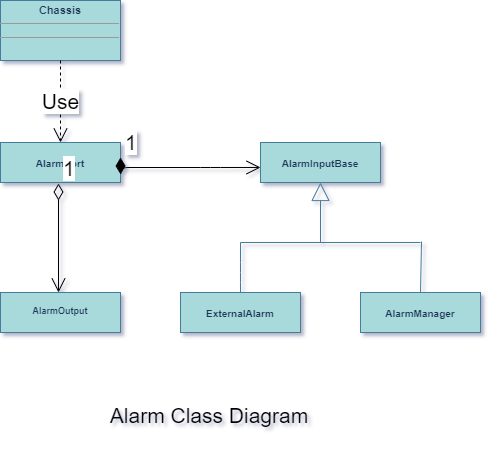
Before: UML/AlarmManager.png, a diagram exported from draw.io (Steve888888/FN-Redundancy). Source tidied: cells renumbered, new cells last; positions are measured from the earlier drawing's top-left corner, leaving out a move shared by most shapes.
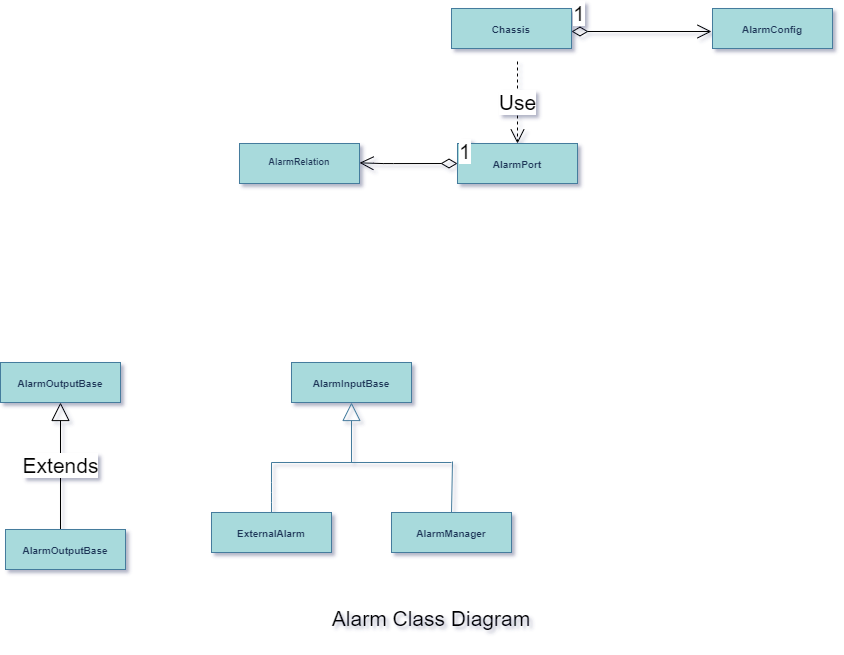
The same file after the commit.

The edit, as a diff of the source:
```diff
@@ -3,39 +3,39 @@
     <mxCell id="0" />
     <mxCell id="1" parent="0" />
     <mxCell id="2" value="&lt;p style=&quot;margin: 4px 0px 0px ; text-align: center ; font-size: 10px&quot;&gt;&lt;br&gt;&lt;b&gt;AlarmManager&lt;/b&gt;&lt;/p&gt;" style="verticalAlign=top;align=left;overflow=fill;fontSize=12;fontFamily=Helvetica;html=1;fillColor=#A8DADC;strokeColor=#457B9D;fontColor=#1D3557;" parent="1" vertex="1">
-      <mxGeometry x="360" y="292" width="120" height="40" as="geometry" />
+      <mxGeometry x="-66" y="511" width="120" height="40" as="geometry" />
     </mxCell>
     <mxCell id="3" value="&lt;p style=&quot;margin: 4px 0px 0px ; text-align: center ; font-size: 10px&quot;&gt;&lt;br&gt;&lt;b&gt;AlarmInputBase&lt;/b&gt;&lt;/p&gt;" style="verticalAlign=top;align=left;overflow=fill;fontSize=12;fontFamily=Helvetica;html=1;fillColor=#A8DADC;strokeColor=#457B9D;fontColor=#1D3557;" parent="1" vertex="1">
-      <mxGeometry x="260" y="142" width="120" height="40" as="geometry" />
+      <mxGeometry x="-166" y="361" width="120" height="40" as="geometry" />
     </mxCell>
     <mxCell id="4" value="&lt;p style=&quot;margin: 4px 0px 0px ; text-align: center ; font-size: 10px&quot;&gt;&lt;b&gt;&lt;br&gt;ExternalAlarm&lt;/b&gt;&lt;/p&gt;" style="verticalAlign=top;align=left;overflow=fill;fontSize=12;fontFamily=Helvetica;html=1;fillColor=#A8DADC;strokeColor=#457B9D;fontColor=#1D3557;" parent="1" vertex="1">
-      <mxGeometry x="180" y="292" width="120" height="40" as="geometry" />
+      <mxGeometry x="-246" y="511" width="120" height="40" as="geometry" />
     </mxCell>
     <mxCell id="5" style="endArrow=block;endSize=16;endFill=0;html=1;strokeColor=#457B9D;fontColor=#1D3557;labelBackgroundColor=#F1FAEE;" parent="1" edge="1">
       <mxGeometry x="1" y="10" relative="1" as="geometry">
-        <mxPoint x="320" y="242" as="sourcePoint" />
-        <mxPoint x="320" y="182" as="targetPoint" />
+        <mxPoint x="-106" y="461" as="sourcePoint" />
+        <mxPoint x="-106" y="401" as="targetPoint" />
       </mxGeometry>
     </mxCell>
     <mxCell id="6" style="endArrow=none;html=1;strokeColor=#457B9D;fontColor=#1D3557;labelBackgroundColor=#F1FAEE;" parent="1" edge="1">
       <mxGeometry relative="1" as="geometry">
-        <mxPoint x="240" y="242" as="sourcePoint" />
-        <mxPoint x="420" y="242" as="targetPoint" />
+        <mxPoint x="-186" y="461" as="sourcePoint" />
+        <mxPoint x="-6" y="461" as="targetPoint" />
       </mxGeometry>
     </mxCell>
     <mxCell id="7" style="endArrow=none;html=1;strokeColor=#457B9D;fontColor=#1D3557;labelBackgroundColor=#F1FAEE;" parent="1" edge="1">
       <mxGeometry relative="1" as="geometry">
-        <mxPoint x="240" y="292" as="sourcePoint" />
-        <mxPoint x="240" y="242" as="targetPoint" />
+        <mxPoint x="-186" y="511" as="sourcePoint" />
+        <mxPoint x="-186" y="461" as="targetPoint" />
         <Array as="points">
-          <mxPoint x="240" y="272" />
+          <mxPoint x="-186" y="491" />
         </Array>
       </mxGeometry>
     </mxCell>
     <mxCell id="8" style="endArrow=none;html=1;strokeColor=#457B9D;fontColor=#1D3557;labelBackgroundColor=#F1FAEE;" parent="1" edge="1">
       <mxGeometry relative="1" as="geometry">
-        <mxPoint x="420" y="292" as="sourcePoint" />
-        <mxPoint x="421" y="241" as="targetPoint" />
+        <mxPoint x="-6" y="511" as="sourcePoint" />
+        <mxPoint x="-5" y="460" as="targetPoint" />
       </mxGeometry>
     </mxCell>
     <mxCell id="9" style="edgeStyle=none;orthogonalLoop=1;jettySize=auto;html=0;exitX=0.5;exitY=0;exitDx=0;exitDy=0;endArrow=block;endFill=0;endSize=16;strokeColor=#457B9D;fontColor=#1D3557;labelBackgroundColor=#F1FAEE;" parent="1" edge="1" source="4" target="4">
@@ -50,38 +50,50 @@
     <mxCell id="12" style="edgeStyle=none;orthogonalLoop=1;jettySize=auto;html=0;exitX=0.25;exitY=0;exitDx=0;exitDy=0;endArrow=block;endFill=0;endSize=16;fontSize=9;strokeColor=#457B9D;fontColor=#1D3557;labelBackgroundColor=#F1FAEE;" parent="1" edge="1" source="2" target="2">
       <mxGeometry relative="1" as="geometry" />
     </mxCell>
-    <mxCell id="13" value="&lt;p style=&quot;margin: 4px 0px 0px ; text-align: center ; font-size: 9px&quot;&gt;&lt;br&gt;&lt;b&gt;AlarmOutput&lt;/b&gt;&lt;br&gt;&lt;/p&gt;" style="verticalAlign=top;align=left;overflow=fill;fontSize=12;fontFamily=Helvetica;html=1;fillColor=#A8DADC;strokeColor=#457B9D;fontColor=#1D3557;" parent="1" vertex="1">
-      <mxGeometry y="292" width="120" height="40" as="geometry" />
+    <mxCell id="13" value="&lt;p style=&quot;margin: 4px 0px 0px ; text-align: center ; font-size: 9px&quot;&gt;&lt;br&gt;&lt;b&gt;AlarmRelation&lt;/b&gt;&lt;br&gt;&lt;/p&gt;" style="verticalAlign=top;align=left;overflow=fill;fontSize=12;fontFamily=Helvetica;html=1;fillColor=#A8DADC;strokeColor=#457B9D;fontColor=#1D3557;" parent="1" vertex="1">
+      <mxGeometry x="-218" y="142" width="120" height="40" as="geometry" />
     </mxCell>
-    <mxCell id="14" value="&lt;p style=&quot;margin: 4px 0px 0px ; text-align: center ; font-size: 11px&quot;&gt;&lt;b&gt;&lt;font style=&quot;font-size: 11px&quot;&gt;Chassis&lt;/font&gt;&lt;/b&gt;&lt;/p&gt;&lt;hr size=&quot;1&quot; style=&quot;font-size: 11px&quot;&gt;&lt;div style=&quot;height: 2px ; font-size: 11px&quot;&gt;&lt;/div&gt;&lt;hr size=&quot;1&quot; style=&quot;font-size: 11px&quot;&gt;&lt;div style=&quot;height: 2px ; font-size: 11px&quot;&gt;&lt;/div&gt;" style="verticalAlign=top;align=left;overflow=fill;fontSize=12;fontFamily=Helvetica;html=1;fillColor=#A8DADC;strokeColor=#457B9D;fontColor=#1D3557;" parent="1" vertex="1">
-      <mxGeometry width="120" height="60" as="geometry" />
-    </mxCell>
     <mxCell id="15" value="&lt;p style=&quot;margin: 4px 0px 0px ; text-align: center ; font-size: 10px&quot;&gt;&lt;br&gt;&lt;b&gt;AlarmPort&lt;/b&gt;&lt;/p&gt;" style="verticalAlign=top;align=left;overflow=fill;fontSize=12;fontFamily=Helvetica;html=1;fillColor=#A8DADC;strokeColor=#457B9D;fontColor=#1D3557;" parent="1" vertex="1">
       <mxGeometry y="142" width="120" height="40" as="geometry" />
     </mxCell>
     <mxCell id="16" value="Alarm Class Diagram" style="text;html=1;strokeColor=none;fillColor=none;align=center;verticalAlign=middle;whiteSpace=wrap;rounded=0;fontSize=21;" parent="1" vertex="1">
-      <mxGeometry x="108" y="390" width="202" height="50" as="geometry" />
+      <mxGeometry x="-127" y="592" width="202" height="50" as="geometry" />
     </mxCell>
     <mxCell id="17" value="Use" style="endArrow=open;endSize=12;dashed=1;html=1;fontSize=21;" parent="1" edge="1" target="15">
       <mxGeometry relative="1" as="geometry">
         <mxPoint x="60" y="60" as="sourcePoint" />
       </mxGeometry>
     </mxCell>
+    <mxCell id="19" value="1" style="endArrow=open;html=1;endSize=12;startArrow=diamondThin;startSize=14;startFill=0;edgeStyle=orthogonalEdgeStyle;align=left;verticalAlign=bottom;fontSize=21;exitX=0;exitY=0.5;exitDx=0;exitDy=0;" parent="1" edge="1" source="15">
+      <mxGeometry x="-1" y="3" relative="1" as="geometry">
+        <mxPoint x="-98" y="161.3" as="targetPoint" />
+        <Array as="points">
+          <mxPoint x="-74" y="162" />
+        </Array>
+      </mxGeometry>
+    </mxCell>
+    <mxCell id="20" value="&lt;p style=&quot;margin: 4px 0px 0px ; text-align: center ; font-size: 10px&quot;&gt;&lt;br&gt;&lt;b&gt;AlarmConfig&lt;/b&gt;&lt;/p&gt;" style="verticalAlign=top;align=left;overflow=fill;fontSize=12;fontFamily=Helvetica;html=1;fillColor=#A8DADC;strokeColor=#457B9D;fontColor=#1D3557;" parent="1" vertex="1">
+      <mxGeometry x="255" y="7" width="120" height="40" as="geometry" />
+    </mxCell>
-    <mxCell id="18" value="1" style="endArrow=open;html=1;endSize=12;startArrow=diamondThin;startSize=14;startFill=1;edgeStyle=orthogonalEdgeStyle;align=left;verticalAlign=bottom;fontSize=21;" parent="1" edge="1">
+    <mxCell id="18" value="1" style="endArrow=open;html=1;endSize=12;startArrow=diamondThin;startSize=14;startFill=0;edgeStyle=orthogonalEdgeStyle;align=left;verticalAlign=bottom;fontSize=21;" parent="1" edge="1">
       <mxGeometry x="-1" y="3" relative="1" as="geometry">
-        <mxPoint x="120" y="157" as="sourcePoint" />
-        <mxPoint x="260" y="167" as="targetPoint" />
-        <Array as="points">
-          <mxPoint x="210" y="167" />
-          <mxPoint x="210" y="167" />
-        </Array>
+        <mxPoint x="114" y="30" as="sourcePoint" />
+        <mxPoint x="254" y="30" as="targetPoint" />
       </mxGeometry>
     </mxCell>
-    <mxCell id="19" value="1" style="endArrow=open;html=1;endSize=12;startArrow=diamondThin;startSize=14;startFill=0;edgeStyle=orthogonalEdgeStyle;align=left;verticalAlign=bottom;fontSize=21;" parent="1" edge="1">
-      <mxGeometry x="-1" y="3" relative="1" as="geometry">
-        <mxPoint x="58" y="183" as="sourcePoint" />
-        <mxPoint x="58" y="292" as="targetPoint" />
-      </mxGeometry>
-    </mxCell>
+    <mxCell id="14" value="&lt;p style=&quot;margin: 4px 0px 0px ; text-align: center ; font-size: 10px&quot;&gt;&lt;br&gt;&lt;b&gt;Chassis&lt;/b&gt;&lt;/p&gt;" style="verticalAlign=top;align=left;overflow=fill;fontSize=12;fontFamily=Helvetica;html=1;fillColor=#A8DADC;strokeColor=#457B9D;fontColor=#1D3557;" parent="1" vertex="1">
+      <mxGeometry x="-6" y="7" width="120" height="40" as="geometry" />
+    </mxCell>
+    <mxCell id="21" value="&lt;p style=&quot;margin: 4px 0px 0px ; text-align: center ; font-size: 10px&quot;&gt;&lt;br&gt;&lt;b&gt;AlarmOutputBase&lt;/b&gt;&lt;/p&gt;" style="verticalAlign=top;align=left;overflow=fill;fontSize=12;fontFamily=Helvetica;html=1;fillColor=#A8DADC;strokeColor=#457B9D;fontColor=#1D3557;" parent="1" vertex="1">
+      <mxGeometry x="-457" y="361" width="120" height="40" as="geometry" />
+    </mxCell>
+    <mxCell id="22" value="Extends" style="endArrow=block;endSize=16;endFill=0;html=1;fontSize=21;entryX=0.5;entryY=1;entryDx=0;entryDy=0;" parent="1" edge="1" target="21">
+      <mxGeometry relative="1" as="geometry">
+        <mxPoint x="-397" y="528" as="sourcePoint" />
+      </mxGeometry>
+    </mxCell>
+    <mxCell id="23" value="&lt;p style=&quot;margin: 4px 0px 0px ; text-align: center ; font-size: 10px&quot;&gt;&lt;br&gt;&lt;b&gt;AlarmOutputBase&lt;/b&gt;&lt;/p&gt;" style="verticalAlign=top;align=left;overflow=fill;fontSize=12;fontFamily=Helvetica;html=1;fillColor=#A8DADC;strokeColor=#457B9D;fontColor=#1D3557;" parent="1" vertex="1">
+      <mxGeometry x="-452" y="528" width="120" height="40" as="geometry" />
+    </mxCell>
   </root>
 </mxGraphModel>
```
